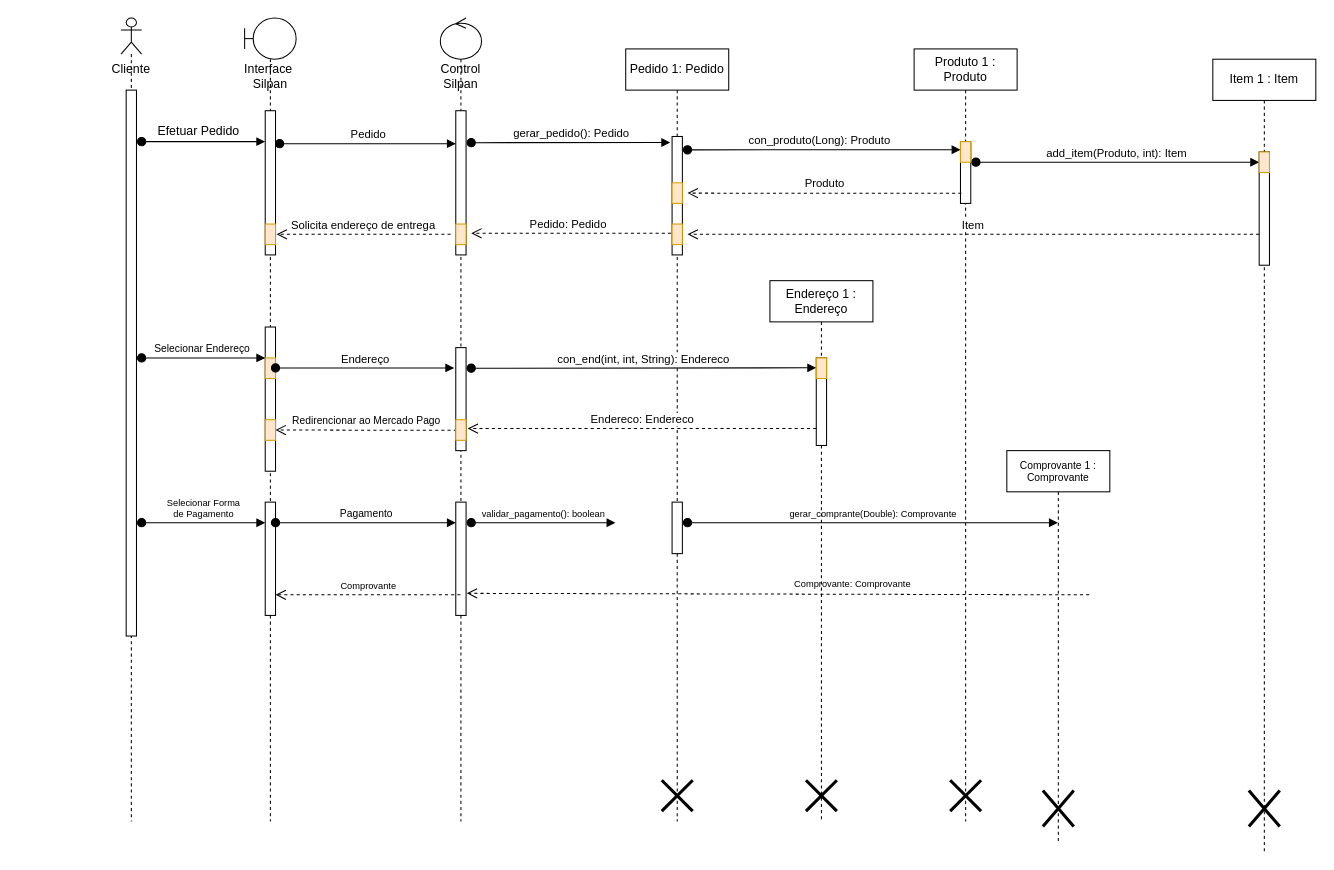
Before: Diagrama de Sequencia/Diagrama de Sequência.Pedido2.drawio in Systematicos/Silpan-AMS, a draw.io diagram. Source tidied: cells renumbered, new cells numbered last; positions are measured from the earlier drawing's top-left corner, leaving out a move shared by most shapes. Both pictures are drawn from the tidied source at 103%, with x=0, y=0 at pixel (121, 18).
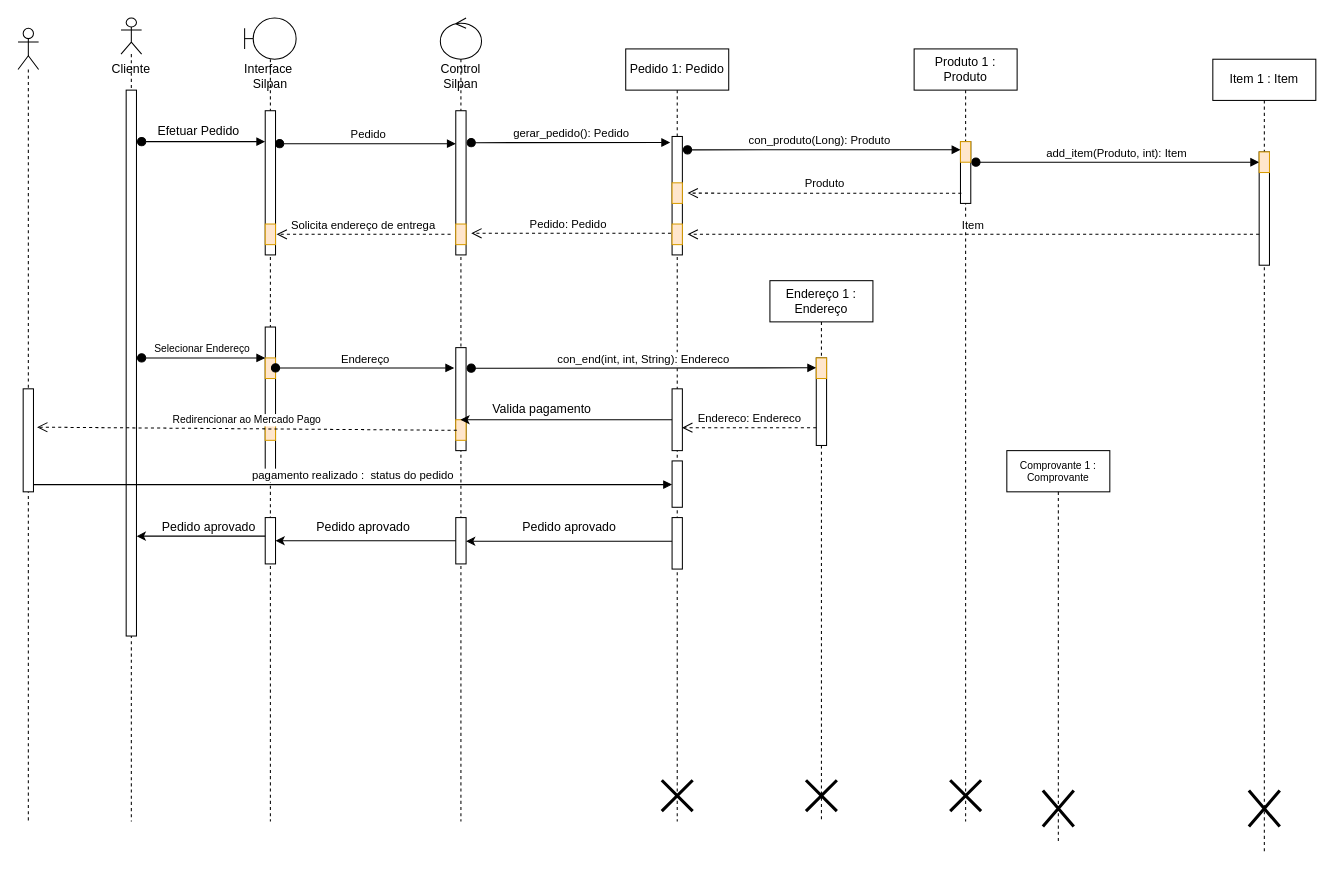
After the change.

Unchanged cells that the change refers to:
```xml
<mxCell id="4" value="Produto 1 : Produto" style="shape=umlLifeline;perimeter=lifelinePerimeter;whiteSpace=wrap;html=1;" parent="1" vertex="1">
  <mxGeometry x="770" y="30" width="100" height="750" as="geometry" />
</mxCell>
<mxCell id="10" value="Pedido 1: Pedido" style="shape=umlLifeline;perimeter=lifelinePerimeter;whiteSpace=wrap;html=1;" parent="1" vertex="1">
  <mxGeometry x="490" y="30" width="100" height="750" as="geometry" />
</mxCell>
<mxCell id="18" style="html=1;points=[];perimeter=orthogonalPerimeter;" parent="17" vertex="1">
  <mxGeometry x="5" y="70" width="10" height="530" as="geometry" />
</mxCell>
<mxCell id="19" value="Interface&amp;nbsp; Silpan" style="shape=umlLifeline;participant=umlBoundary;perimeter=lifelinePerimeter;whiteSpace=wrap;html=1;verticalAlign=top;spacingTop=36;size=40;" parent="1" vertex="1">
  <mxGeometry x="120" width="50" height="780" as="geometry" />
</mxCell>
<mxCell id="28" value="Control Silpan" style="shape=umlLifeline;participant=umlControl;perimeter=lifelinePerimeter;whiteSpace=wrap;html=1;verticalAlign=top;spacingTop=36;outlineConnect=0;size=40;" parent="1" vertex="1">
  <mxGeometry x="310" width="40" height="780" as="geometry" />
</mxCell>
<mxCell id="30" style="html=1;points=[];perimeter=orthogonalPerimeter;" parent="28" vertex="1">
  <mxGeometry x="15" y="320" width="10" height="100" as="geometry" />
</mxCell>
<mxCell id="48" style="html=1;points=[];perimeter=orthogonalPerimeter;" parent="46" vertex="1">
  <mxGeometry x="45" y="75" width="10" height="85" as="geometry" />
</mxCell>
<mxCell id="52" value="Comprovante 1 : Comprovante" style="shape=umlLifeline;perimeter=lifelinePerimeter;whiteSpace=wrap;html=1;outlineConnect=0;fontSize=10;" parent="1" vertex="1">
  <mxGeometry x="860" y="420" width="100" height="380" as="geometry" />
</mxCell>
```

Change to the diagram source:
```diff
@@
-    <mxCell id="2" value="Redirencionar ao Mercado Pago" style="html=1;verticalAlign=bottom;endArrow=open;dashed=1;endSize=8;exitX=0.1;exitY=0.803;exitDx=0;exitDy=0;exitPerimeter=0;fontSize=10;" parent="1" edge="1" source="30">
-      <mxGeometry relative="1" as="geometry">
-        <mxPoint x="150" y="400" as="targetPoint" />
-      </mxGeometry>
-    </mxCell>
@@
-    <mxCell id="7" value="Comprovante: Comprovante" style="html=1;verticalAlign=bottom;endArrow=open;dashed=1;endSize=8;fontSize=9;entryX=1.067;entryY=0.805;entryDx=0;entryDy=0;entryPerimeter=0;" parent="4" edge="1" target="32">
-      <mxGeometry x="-0.24" y="-1" relative="1" as="geometry">
-        <mxPoint x="170" y="530" as="sourcePoint" />
-      </mxGeometry>
-    </mxCell>
@@
     <mxCell id="12" style="html=1;points=[];perimeter=orthogonalPerimeter;fontSize=10;" parent="10" vertex="1">
-      <mxGeometry x="45" y="440" width="10" height="50" as="geometry" />
+      <mxGeometry x="45" y="455" width="10" height="50" as="geometry" />
     </mxCell>
-    <mxCell id="13" value="gerar_comprante(Double): Comprovante" style="html=1;verticalAlign=bottom;startArrow=oval;startFill=1;endArrow=block;startSize=8;fontSize=9;" parent="10" edge="1" target="52">
-      <mxGeometry relative="1" as="geometry">
-        <mxPoint x="60" y="460" as="sourcePoint" />
-      </mxGeometry>
-    </mxCell>
@@
+    <mxCell id="58" style="html=1;points=[];perimeter=orthogonalPerimeter;" parent="10" vertex="1">
+      <mxGeometry x="45" y="330" width="10" height="60" as="geometry" />
+    </mxCell>
+    <mxCell id="59" style="html=1;points=[];perimeter=orthogonalPerimeter;" parent="10" vertex="1">
+      <mxGeometry x="45" y="400" width="10" height="45" as="geometry" />
+    </mxCell>
@@
-    <mxCell id="22" style="html=1;perimeter=orthogonalPerimeter;" parent="19" vertex="1">
-      <mxGeometry x="20" y="470" width="10" height="110" as="geometry" />
-    </mxCell>
-    <mxCell id="23" value="Pagamento" style="html=1;verticalAlign=bottom;startArrow=oval;startFill=1;endArrow=block;startSize=8;fontSize=10;" parent="19" edge="1" target="32">
-      <mxGeometry relative="1" as="geometry">
-        <mxPoint x="30" y="490" as="sourcePoint" />
-      </mxGeometry>
-    </mxCell>
@@
+    <mxCell id="60" style="html=1;points=[];perimeter=orthogonalPerimeter;" parent="19" vertex="1">
+      <mxGeometry x="20" y="485" width="10" height="45" as="geometry" />
+    </mxCell>
@@
     <mxCell id="32" style="html=1;points=[];perimeter=orthogonalPerimeter;" parent="28" vertex="1">
-      <mxGeometry x="15" y="470" width="10" height="110" as="geometry" />
+      <mxGeometry x="15" y="485" width="10" height="45" as="geometry" />
     </mxCell>
-    <mxCell id="33" value="validar_pagamento(): boolean" style="html=1;verticalAlign=bottom;startArrow=oval;startFill=1;endArrow=block;startSize=8;fontSize=9;" parent="28" edge="1">
-      <mxGeometry relative="1" as="geometry">
-        <mxPoint x="30" y="490" as="sourcePoint" />
-        <mxPoint x="170" y="490" as="targetPoint" />
-      </mxGeometry>
-    </mxCell>
@@
-    <mxCell id="51" value="Selecionar Forma &lt;br&gt;de Pagamento" style="html=1;verticalAlign=bottom;startArrow=oval;startFill=1;endArrow=block;startSize=8;fontSize=9;" parent="1" edge="1">
-      <mxGeometry relative="1" as="geometry">
-        <mxPoint x="20" y="490" as="sourcePoint" />
-        <mxPoint x="140" y="490" as="targetPoint" />
-      </mxGeometry>
-    </mxCell>
@@
-    <mxCell id="54" value="Comprovante" style="html=1;verticalAlign=bottom;endArrow=open;dashed=1;endSize=8;fontSize=9;" parent="1" edge="1" source="28">
-      <mxGeometry relative="1" as="geometry">
-        <mxPoint x="150" y="560" as="targetPoint" />
-      </mxGeometry>
-    </mxCell>
-    <mxCell id="55" value="Endereco: Endereco" style="html=1;verticalAlign=bottom;endArrow=open;dashed=1;endSize=8;entryX=1.148;entryY=0.786;entryDx=0;entryDy=0;entryPerimeter=0;" parent="1" edge="1" source="48" target="30">
+    <mxCell id="55" value="Endereco: Endereco" style="html=1;verticalAlign=bottom;endArrow=open;dashed=1;endSize=8;entryX=0.969;entryY=0.629;entryDx=0;entryDy=0;entryPerimeter=0;" parent="1" edge="1" source="48" target="58">
       <mxGeometry relative="1" as="geometry" />
     </mxCell>
@@
+    <mxCell id="61" style="shape=umlLifeline;participant=umlActor;perimeter=lifelinePerimeter;whiteSpace=wrap;html=1;verticalAlign=top;spacingTop=36;" parent="1" vertex="1">
+      <mxGeometry x="-100" y="10" width="20" height="770" as="geometry" />
+    </mxCell>
+    <mxCell id="62" style="edgeStyle=orthogonalEdgeStyle;rounded=0;jettySize=auto;html=1;" parent="1" edge="1" source="58" target="28">
+      <mxGeometry relative="1" as="geometry" />
+    </mxCell>
+    <mxCell id="63" value="Valida pagamento&amp;nbsp;" style="text;html=1;align=center;verticalAlign=middle;" parent="1" vertex="1">
+      <mxGeometry x="355" y="370" width="110" height="20" as="geometry" />
+    </mxCell>
+    <mxCell id="64" style="html=1;points=[];perimeter=orthogonalPerimeter;" parent="1" vertex="1">
+      <mxGeometry x="-95" y="360" width="10" height="100" as="geometry" />
+    </mxCell>
+    <mxCell id="2" value="Redirencionar ao Mercado Pago" style="html=1;verticalAlign=bottom;endArrow=open;dashed=1;endSize=8;exitX=0.1;exitY=0.803;exitDx=0;exitDy=0;exitPerimeter=0;fontSize=10;entryX=1.348;entryY=0.372;entryDx=0;entryDy=0;entryPerimeter=0;" parent="1" edge="1" source="30" target="64">
+      <mxGeometry relative="1" as="geometry" />
+    </mxCell>
+    <mxCell id="65" value="pagamento realizado :&amp;nbsp; status do pedido" style="html=1;verticalAlign=bottom;endArrow=block;" parent="1" edge="1" source="64" target="59">
+      <mxGeometry relative="1" as="geometry">
+        <Array as="points">
+          <mxPoint x="220" y="453" />
+        </Array>
+      </mxGeometry>
+    </mxCell>
+    <mxCell id="66" style="edgeStyle=orthogonalEdgeStyle;rounded=0;jettySize=auto;html=1;" parent="1" edge="1" source="12" target="32">
+      <mxGeometry relative="1" as="geometry">
+        <Array as="points">
+          <mxPoint x="490" y="508" />
+          <mxPoint x="490" y="508" />
+        </Array>
+      </mxGeometry>
+    </mxCell>
+    <mxCell id="67" value="Pedido aprovado" style="text;html=1;align=center;verticalAlign=middle;" parent="1" vertex="1">
+      <mxGeometry x="380" y="485" width="110" height="20" as="geometry" />
+    </mxCell>
+    <mxCell id="68" style="edgeStyle=orthogonalEdgeStyle;rounded=0;jettySize=auto;html=1;" parent="1" edge="1" source="32" target="60">
+      <mxGeometry relative="1" as="geometry" />
+    </mxCell>
+    <mxCell id="69" style="edgeStyle=orthogonalEdgeStyle;rounded=0;jettySize=auto;html=1;entryX=1.021;entryY=0.817;entryDx=0;entryDy=0;entryPerimeter=0;" parent="1" edge="1" source="60" target="18">
+      <mxGeometry relative="1" as="geometry">
+        <Array as="points">
+          <mxPoint x="110" y="503" />
+          <mxPoint x="110" y="503" />
+        </Array>
+      </mxGeometry>
+    </mxCell>
+    <mxCell id="70" value="Pedido aprovado" style="text;html=1;align=center;verticalAlign=middle;" parent="1" vertex="1">
+      <mxGeometry x="180" y="485" width="110" height="20" as="geometry" />
+    </mxCell>
+    <mxCell id="71" value="Pedido aprovado" style="text;html=1;align=center;verticalAlign=middle;" parent="1" vertex="1">
+      <mxGeometry x="30" y="485" width="110" height="20" as="geometry" />
+    </mxCell>
```
